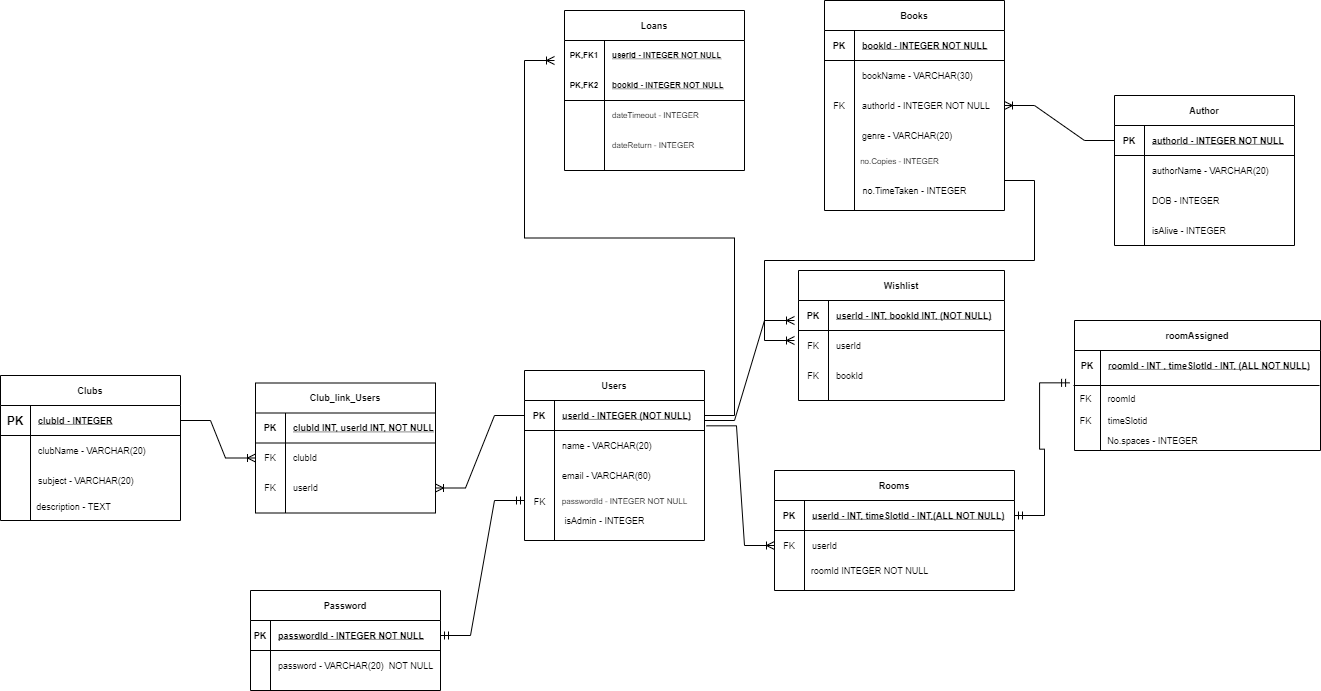
Before: libary.png, a diagram exported from draw.io (aaron1brooker/databaseassignment). Source tidied: cells renumbered, new cells last; positions are measured from the earlier drawing's top-left corner, leaving out a move shared by most shapes.
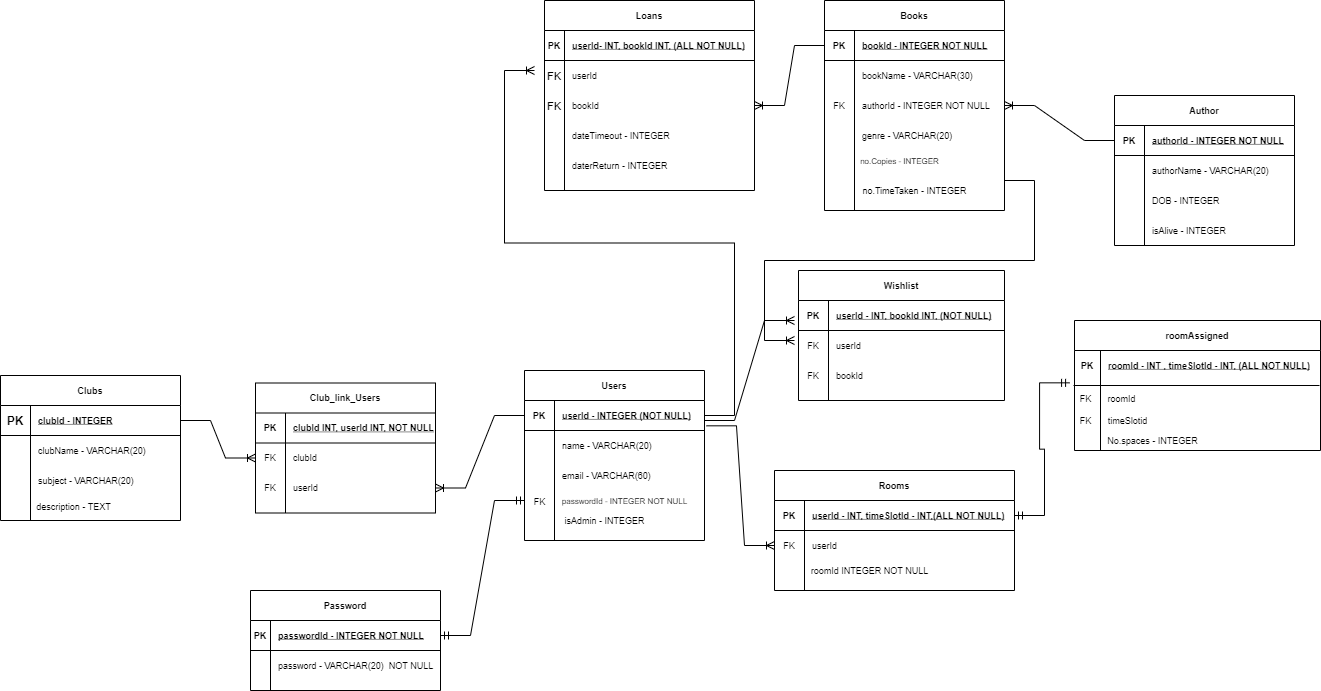
Later version of the same file.

What changed in the source:
```diff
@@ -35,45 +35,6 @@
     <mxCell id="12" value="&lt;font style=&quot;font-size: 8px&quot;&gt;passwordId - INTEGER NOT NULL&lt;/font&gt;" style="text;html=1;align=center;verticalAlign=middle;strokeColor=none;fillColor=none;fontSize=9;" parent="1" vertex="1">
       <mxGeometry x="554" y="490" width="140" height="20" as="geometry" />
     </mxCell>
-    <mxCell id="13" value="Loans" style="shape=table;startSize=30;rowLines=0;fontStyle=1;align=center;fontSize=9;" parent="1" vertex="1">
-      <mxGeometry x="564" y="10" width="180" height="160" as="geometry" />
-    </mxCell>
-    <mxCell id="14" style="shape=partialRectangle;fillColor=none;top=0;left=0;bottom=0;right=0;fontSize=8;" parent="13" vertex="1">
-      <mxGeometry y="30" width="180" height="30" as="geometry" />
-    </mxCell>
-    <mxCell id="15" value="PK,FK1" style="shape=partialRectangle;fillColor=none;top=0;left=0;bottom=0;right=0;fontStyle=1;overflow=hidden;fontSize=8;" parent="14" vertex="1">
-      <mxGeometry width="40" height="30" as="geometry" />
-    </mxCell>
-    <mxCell id="16" value="userId - INTEGER NOT NULL" style="shape=partialRectangle;fillColor=none;top=0;left=0;bottom=0;right=0;align=left;spacingLeft=6;fontStyle=5;overflow=hidden;fontSize=8;" parent="14" vertex="1">
-      <mxGeometry x="40" width="140" height="30" as="geometry" />
-    </mxCell>
-    <mxCell id="17" style="shape=partialRectangle;fillColor=none;top=0;left=0;bottom=1;right=0;fontSize=8;" parent="13" vertex="1">
-      <mxGeometry y="60" width="180" height="30" as="geometry" />
-    </mxCell>
-    <mxCell id="18" value="PK,FK2" style="shape=partialRectangle;fillColor=none;top=0;left=0;bottom=0;right=0;fontStyle=1;overflow=hidden;fontSize=8;" parent="17" vertex="1">
-      <mxGeometry width="40" height="30" as="geometry" />
-    </mxCell>
-    <mxCell id="19" value="bookId - INTEGER NOT NULL" style="shape=partialRectangle;fillColor=none;top=0;left=0;bottom=0;right=0;align=left;spacingLeft=6;fontStyle=5;overflow=hidden;fontSize=8;" parent="17" vertex="1">
-      <mxGeometry x="40" width="140" height="30" as="geometry" />
-    </mxCell>
-    <mxCell id="20" style="shape=partialRectangle;fillColor=none;top=0;left=0;bottom=0;right=0;fontSize=8;" parent="13" vertex="1">
-      <mxGeometry y="90" width="180" height="30" as="geometry" />
-    </mxCell>
-    <mxCell id="21" style="shape=partialRectangle;fillColor=none;top=0;left=0;bottom=0;right=0;overflow=hidden;fontSize=8;" parent="20" vertex="1">
-      <mxGeometry width="40" height="30" as="geometry" />
-    </mxCell>
-    <mxCell id="22" value="dateTimeout - INTEGER" style="shape=partialRectangle;fillColor=none;top=0;left=0;bottom=0;right=0;align=left;spacingLeft=6;overflow=hidden;fontSize=8;" parent="20" vertex="1">
-      <mxGeometry x="40" width="140" height="30" as="geometry" />
-    </mxCell>
-    <mxCell id="23" style="shape=partialRectangle;fillColor=none;top=0;left=0;bottom=0;right=0;fontSize=8;" parent="13" vertex="1">
-      <mxGeometry y="120" width="180" height="30" as="geometry" />
-    </mxCell>
-    <mxCell id="24" style="shape=partialRectangle;fillColor=none;top=0;left=0;bottom=0;right=0;overflow=hidden;fontSize=8;" parent="23" vertex="1">
-      <mxGeometry width="40" height="30" as="geometry" />
-    </mxCell>
-    <mxCell id="25" value="dateReturn - INTEGER" style="shape=partialRectangle;fillColor=none;top=0;left=0;bottom=0;right=0;align=left;spacingLeft=6;overflow=hidden;fontSize=8;" parent="23" vertex="1">
-      <mxGeometry x="40" width="140" height="30" as="geometry" />
-    </mxCell>
     <mxCell id="26" value="Books" style="shape=table;startSize=30;rowLines=0;fontStyle=1;align=center;fontSize=9;" parent="1" vertex="1">
       <mxGeometry x="824" width="180" height="210" as="geometry" />
     </mxCell>
@@ -121,7 +82,7 @@
     </mxCell>
     <mxCell id="41" style="edgeStyle=entityRelationEdgeStyle;fontSize=12;html=1;endArrow=ERoneToMany;rounded=0;exitX=1;exitY=0.5;exitDx=0;exitDy=0;" parent="1" edge="1" source="3">
       <mxGeometry relative="1" as="geometry">
-        <mxPoint x="554" y="60" as="targetPoint" />
+        <mxPoint x="534" y="70" as="targetPoint" />
       </mxGeometry>
     </mxCell>
     <mxCell id="42" value="&lt;font style=&quot;font-size: 9px&quot;&gt;isAdmin - INTEGER&lt;/font&gt;" style="text;html=1;align=center;verticalAlign=middle;strokeColor=none;fillColor=none;fontSize=8;" parent="1" vertex="1">
@@ -361,5 +322,56 @@
     <mxCell id="118" style="edgeStyle=entityRelationEdgeStyle;fontSize=12;html=1;endArrow=ERmandOne;startArrow=ERmandOne;rounded=0;" parent="1" edge="1" source="111" target="117">
       <mxGeometry relative="1" as="geometry" />
     </mxCell>
+    <mxCell id="13" value="Loans" style="shape=table;startSize=30;rowLines=0;fontStyle=1;align=center;fontSize=9;" parent="1" vertex="1">
+      <mxGeometry x="544" width="210" height="190" as="geometry" />
+    </mxCell>
+    <mxCell id="119" style="shape=partialRectangle;fillColor=none;top=0;left=0;bottom=1;right=0;fontSize=11;" parent="13" vertex="1">
+      <mxGeometry y="30" width="210" height="30" as="geometry" />
+    </mxCell>
+    <mxCell id="120" value="PK" style="shape=partialRectangle;fillColor=none;top=0;left=0;bottom=0;right=0;fontStyle=1;overflow=hidden;fontSize=9;" parent="119" vertex="1">
+      <mxGeometry width="20" height="30" as="geometry" />
+    </mxCell>
+    <mxCell id="121" value="userId- INT, bookId INT, (ALL NOT NULL)" style="shape=partialRectangle;fillColor=none;top=0;left=0;bottom=0;right=0;align=left;spacingLeft=6;fontStyle=5;overflow=hidden;fontSize=9;" parent="119" vertex="1">
+      <mxGeometry x="20" width="190" height="30" as="geometry" />
+    </mxCell>
+    <mxCell id="122" style="shape=partialRectangle;fillColor=none;top=0;left=0;bottom=0;right=0;fontSize=11;" parent="13" vertex="1">
+      <mxGeometry y="60" width="210" height="30" as="geometry" />
+    </mxCell>
+    <mxCell id="123" value="FK" style="shape=partialRectangle;fillColor=none;top=0;left=0;bottom=0;right=0;overflow=hidden;fontSize=11;" parent="122" vertex="1">
+      <mxGeometry width="20" height="30" as="geometry" />
+    </mxCell>
+    <mxCell id="124" value="userId" style="shape=partialRectangle;fillColor=none;top=0;left=0;bottom=0;right=0;align=left;spacingLeft=6;overflow=hidden;fontSize=9;" parent="122" vertex="1">
+      <mxGeometry x="20" width="190" height="30" as="geometry" />
+    </mxCell>
+    <mxCell id="125" style="shape=partialRectangle;fillColor=none;top=0;left=0;bottom=0;right=0;points=[[0,0.5],[1,0.5]];portConstraint=eastwest;fontSize=11;" parent="13" vertex="1">
+      <mxGeometry y="90" width="210" height="30" as="geometry" />
+    </mxCell>
+    <mxCell id="126" value="FK" style="shape=partialRectangle;fillColor=none;top=0;left=0;bottom=0;right=0;overflow=hidden;fontSize=11;" parent="125" vertex="1">
+      <mxGeometry width="20" height="30" as="geometry" />
+    </mxCell>
+    <mxCell id="127" value="bookId" style="shape=partialRectangle;fillColor=none;top=0;left=0;bottom=0;right=0;align=left;spacingLeft=6;overflow=hidden;fontSize=9;" parent="125" vertex="1">
+      <mxGeometry x="20" width="190" height="30" as="geometry" />
+    </mxCell>
+    <mxCell id="128" style="shape=partialRectangle;fillColor=none;top=0;left=0;bottom=0;right=0;fontSize=11;" parent="13" vertex="1">
+      <mxGeometry y="120" width="210" height="30" as="geometry" />
+    </mxCell>
+    <mxCell id="129" style="shape=partialRectangle;fillColor=none;top=0;left=0;bottom=0;right=0;overflow=hidden;fontSize=11;" parent="128" vertex="1">
+      <mxGeometry width="20" height="30" as="geometry" />
+    </mxCell>
+    <mxCell id="22" value="dateTimeout - INTEGER" style="shape=partialRectangle;fillColor=none;top=0;left=0;bottom=0;right=0;align=left;spacingLeft=6;overflow=hidden;fontSize=9;" parent="128" vertex="1">
+      <mxGeometry x="20" width="190" height="30" as="geometry" />
+    </mxCell>
+    <mxCell id="130" style="shape=partialRectangle;fillColor=none;top=0;left=0;bottom=0;right=0;fontSize=11;" parent="13" vertex="1">
+      <mxGeometry y="150" width="210" height="30" as="geometry" />
+    </mxCell>
+    <mxCell id="131" style="shape=partialRectangle;fillColor=none;top=0;left=0;bottom=0;right=0;overflow=hidden;fontSize=11;" parent="130" vertex="1">
+      <mxGeometry width="20" height="30" as="geometry" />
+    </mxCell>
+    <mxCell id="132" value="daterReturn - INTEGER" style="shape=partialRectangle;fillColor=none;top=0;left=0;bottom=0;right=0;align=left;spacingLeft=6;overflow=hidden;fontSize=9;" parent="130" vertex="1">
+      <mxGeometry x="20" width="190" height="30" as="geometry" />
+    </mxCell>
+    <mxCell id="133" style="edgeStyle=entityRelationEdgeStyle;fontSize=12;html=1;endArrow=ERoneToMany;rounded=0;entryX=1;entryY=0.5;entryDx=0;entryDy=0;exitX=0;exitY=0.5;exitDx=0;exitDy=0;" parent="1" edge="1" source="27" target="125">
+      <mxGeometry relative="1" as="geometry" />
+    </mxCell>
   </root>
 </mxGraphModel>
```
